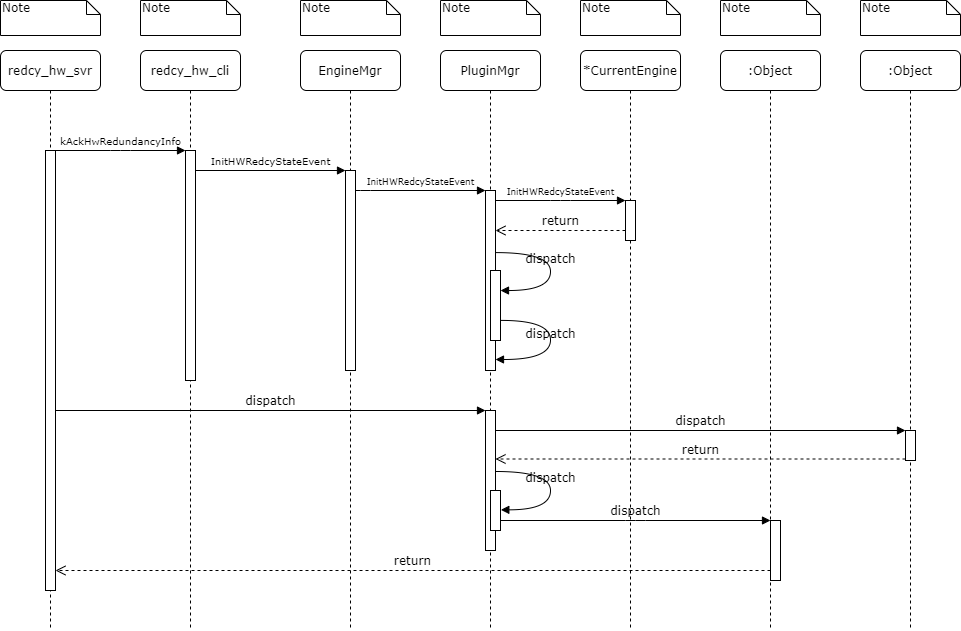
Above: UML/StartRedundancy.png in Steve888888/FN-Redundancy (draw.io), before the change. Source tidied: cells renumbered, new cells last; positions are measured from the earlier drawing's top-left corner, leaving out a move shared by most shapes.
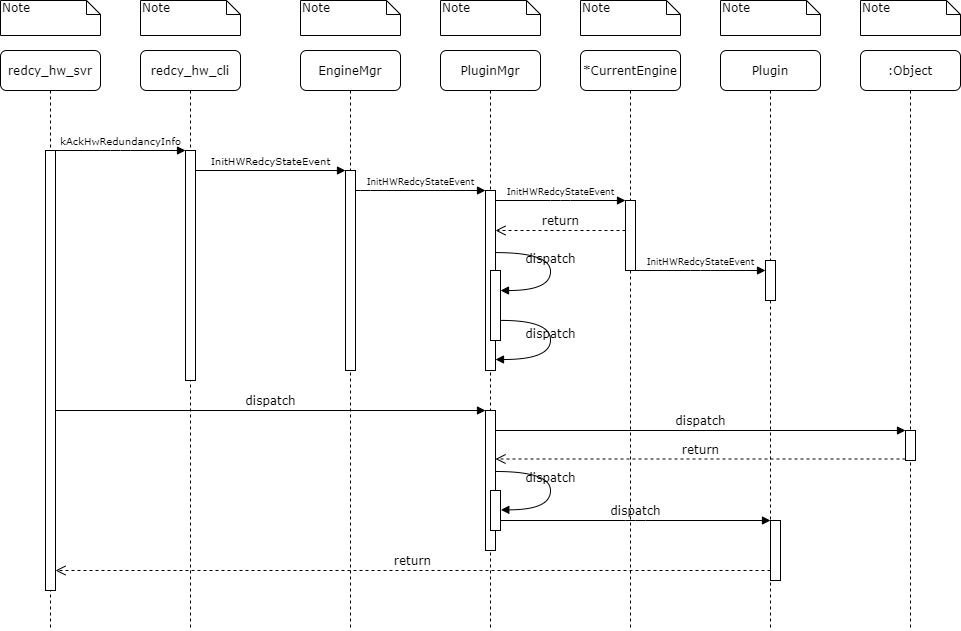
Above is the later version.

The edit, as a diff of the source:
```diff
@@ -20,9 +20,12 @@
     <mxCell id="7" value="*CurrentEngine" style="shape=umlLifeline;perimeter=lifelinePerimeter;whiteSpace=wrap;html=1;rounded=1;shadow=0;comic=0;labelBackgroundColor=none;strokeWidth=1;fontFamily=Verdana;fontSize=12;align=center;" parent="1" vertex="1">
       <mxGeometry x="580" y="50" width="100" height="580" as="geometry" />
     </mxCell>
-    <mxCell id="8" value=":Object" style="shape=umlLifeline;perimeter=lifelinePerimeter;whiteSpace=wrap;html=1;rounded=1;shadow=0;comic=0;labelBackgroundColor=none;strokeWidth=1;fontFamily=Verdana;fontSize=12;align=center;" parent="1" vertex="1">
+    <mxCell id="8" value="Plugin" style="shape=umlLifeline;perimeter=lifelinePerimeter;whiteSpace=wrap;html=1;rounded=1;shadow=0;comic=0;labelBackgroundColor=none;strokeWidth=1;fontFamily=Verdana;fontSize=12;align=center;" parent="1" vertex="1">
       <mxGeometry x="720" y="50" width="100" height="580" as="geometry" />
     </mxCell>
+    <mxCell id="39" style="html=1;perimeter=orthogonalPerimeter;rounded=0;shadow=0;comic=0;labelBackgroundColor=none;strokeWidth=1;fontFamily=Verdana;fontSize=12;align=center;" parent="8" vertex="1">
+      <mxGeometry x="45" y="210" width="10" height="40" as="geometry" />
+    </mxCell>
     <mxCell id="9" value=":Object" style="shape=umlLifeline;perimeter=lifelinePerimeter;whiteSpace=wrap;html=1;rounded=1;shadow=0;comic=0;labelBackgroundColor=none;strokeWidth=1;fontFamily=Verdana;fontSize=12;align=center;" parent="1" vertex="1">
       <mxGeometry x="860" y="50" width="100" height="580" as="geometry" />
     </mxCell>
@@ -43,7 +46,7 @@
       </mxGeometry>
     </mxCell>
     <mxCell id="14" style="html=1;points=[];perimeter=orthogonalPerimeter;rounded=0;shadow=0;comic=0;labelBackgroundColor=none;strokeWidth=1;fontFamily=Verdana;fontSize=12;align=center;" parent="1" vertex="1">
-      <mxGeometry x="625" y="200" width="10" height="40" as="geometry" />
+      <mxGeometry x="625" y="200" width="10" height="70" as="geometry" />
     </mxCell>
     <mxCell id="15" value="&lt;span style=&quot;font-size: 9px&quot;&gt;InitHWRedcyStateEvent&lt;/span&gt;" style="html=1;verticalAlign=bottom;endArrow=block;entryX=0;entryY=0;labelBackgroundColor=none;fontFamily=Verdana;fontSize=12;edgeStyle=elbowEdgeStyle;elbow=vertical;" parent="1" edge="1" source="12" target="14">
       <mxGeometry relative="1" as="geometry" />
@@ -144,5 +147,11 @@
     <mxCell id="38" value="Note" style="shape=note;whiteSpace=wrap;html=1;size=14;verticalAlign=top;align=left;spacingTop=-6;rounded=0;shadow=0;comic=0;labelBackgroundColor=none;strokeWidth=1;fontFamily=Verdana;fontSize=12;" parent="1" vertex="1">
       <mxGeometry x="860" width="100" height="35" as="geometry" />
     </mxCell>
+    <mxCell id="40" value="&lt;span style=&quot;font-size: 9px&quot;&gt;InitHWRedcyStateEvent&lt;/span&gt;" style="html=1;verticalAlign=bottom;endArrow=block;entryX=0;entryY=0;labelBackgroundColor=none;fontFamily=Verdana;fontSize=12;edgeStyle=elbowEdgeStyle;elbow=vertical;" parent="1" edge="1">
+      <mxGeometry relative="1" as="geometry">
+        <mxPoint x="635" y="270" as="sourcePoint" />
+        <mxPoint x="765" y="270" as="targetPoint" />
+      </mxGeometry>
+    </mxCell>
   </root>
 </mxGraphModel>
```
